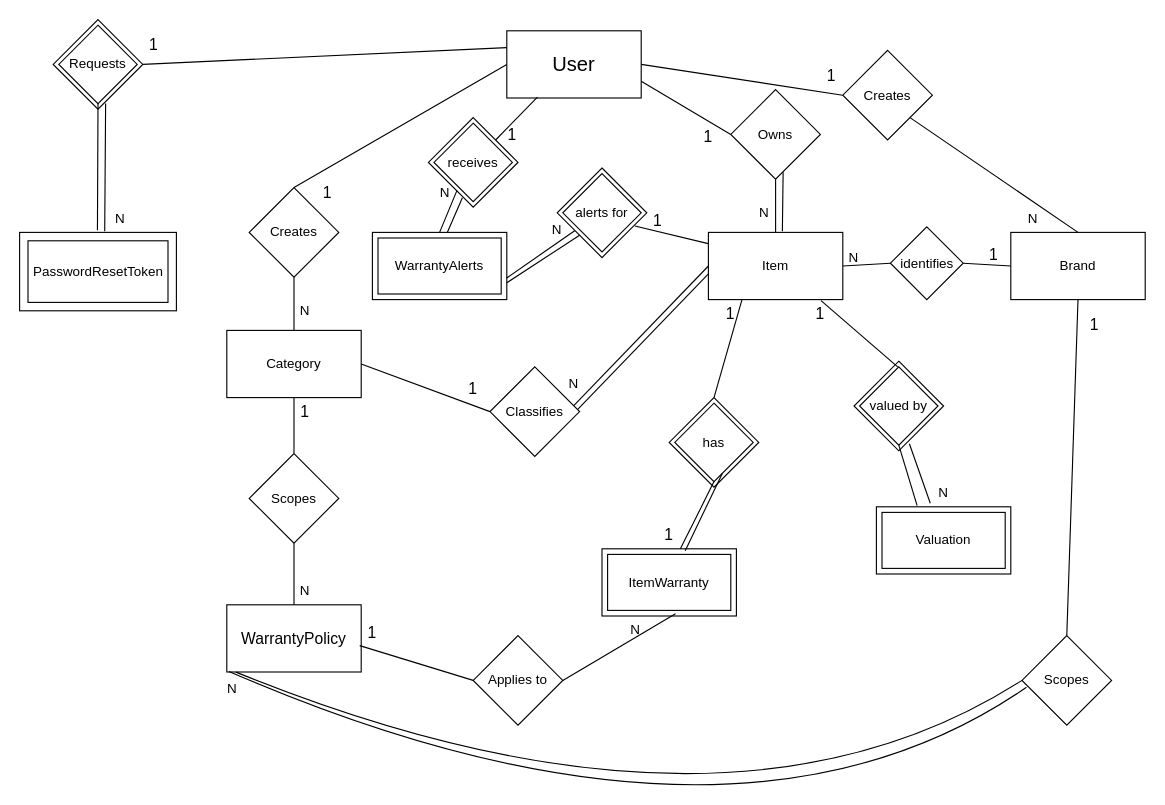
Earlier version of the draw.io diagram DatabaseSchema.drawio (DanMarDev/TAMS). Source tidied: cells renumbered, new cells numbered last; positions are measured from the earlier drawing's top-left corner, leaving out a move shared by most shapes. Both pictures are drawn from the tidied source at 112%, with x=0, y=0 at pixel (19, 19).
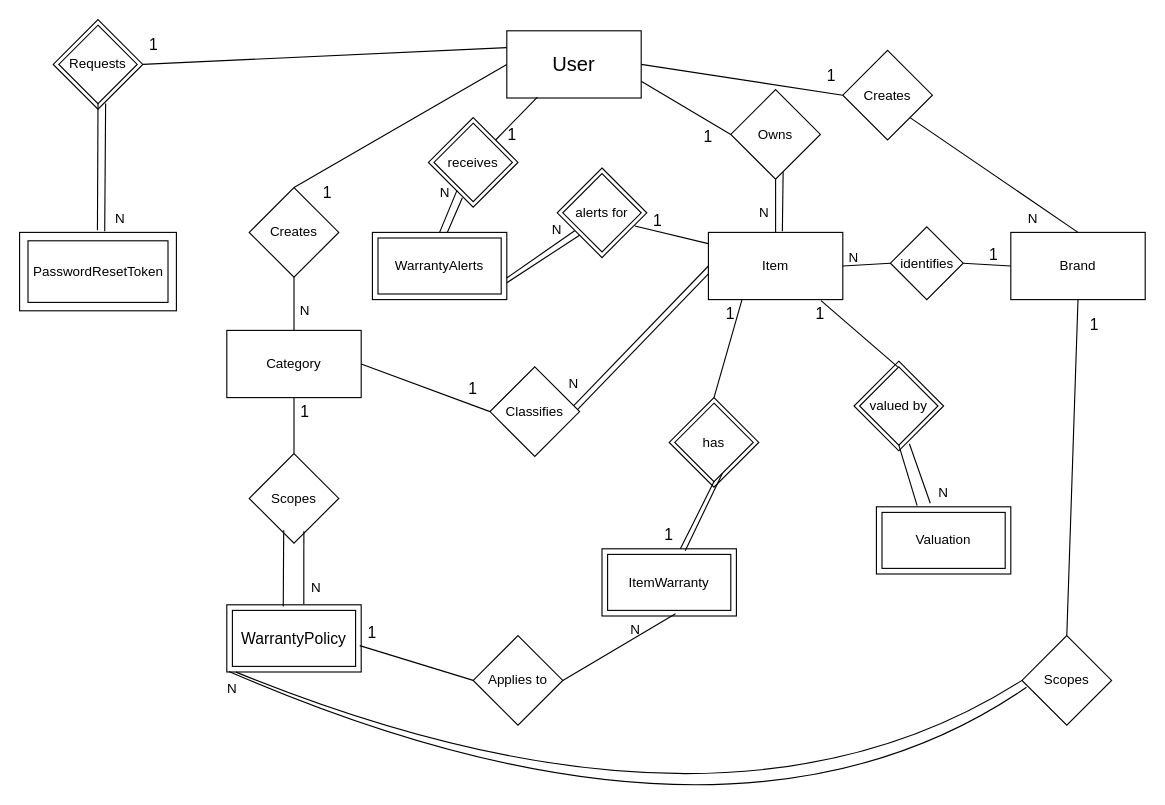
Above is the later version.

Unchanged cells that the change refers to:
```xml
<mxCell id="42" style="rounded=0;whiteSpace=wrap;html=1;convertToSvg=0;autosizeText=0;" parent="1" vertex="1">
  <mxGeometry x="185" y="522.5" width="120" height="60" as="geometry" />
</mxCell>
<mxCell id="44" value="Scopes" style="rhombus;whiteSpace=wrap;html=1;" parent="1" vertex="1">
  <mxGeometry x="205" y="387.5" width="80" height="80" as="geometry" />
</mxCell>
```

The edit, as a diff of the source:
```diff
@@
-    <mxCell id="43" value="&lt;font style=&quot;font-size: 10px;&quot;&gt;&lt;font style=&quot;font-size: 14px;&quot;&gt;WarrantyPolicy&lt;/font&gt;&lt;/font&gt;" style="text;html=1;whiteSpace=wrap;strokeColor=none;fillColor=none;align=center;verticalAlign=middle;rounded=0;convertToSvg=1;autosizeText=1;fontSize=12;" parent="1" vertex="1">
-      <mxGeometry x="200" y="535" width="90" height="35" as="geometry" />
-    </mxCell>
@@
-    <mxCell id="46" style="endArrow=none;html=1;rounded=0;exitX=0.5;exitY=1;exitDx=0;exitDy=0;entryX=0.5;entryY=0;entryDx=0;entryDy=0;" parent="1" edge="1" source="44" target="42">
+    <mxCell id="46" style="endArrow=none;html=1;rounded=0;exitX=0.61;exitY=0.866;exitDx=0;exitDy=0;entryX=0.573;entryY=-0.008;entryDx=0;entryDy=0;exitPerimeter=0;entryPerimeter=0;" parent="1" edge="1" source="44" target="42">
       <mxGeometry relative="1" as="geometry" />
     </mxCell>
@@
     <mxCell id="48" value="N" style="text;html=1;whiteSpace=wrap;strokeColor=none;fillColor=none;align=center;verticalAlign=middle;rounded=0;" parent="1" vertex="1">
-      <mxGeometry x="245" y="497.5" width="20" height="25" as="geometry" />
+      <mxGeometry x="255" y="495" width="20" height="25" as="geometry" />
     </mxCell>
@@
+    <mxCell id="98" style="endArrow=none;html=1;rounded=0;exitX=0.385;exitY=0.856;exitDx=0;exitDy=0;entryX=0.42;entryY=0.025;entryDx=0;entryDy=0;exitPerimeter=0;entryPerimeter=0;" parent="1" edge="1" source="44" target="42">
+      <mxGeometry relative="1" as="geometry" />
+    </mxCell>
+    <mxCell id="99" style="rounded=0;whiteSpace=wrap;html=1;convertToSvg=0;autosizeText=0;" parent="1" vertex="1">
+      <mxGeometry x="190" y="527.5" width="110" height="50" as="geometry" />
+    </mxCell>
+    <mxCell id="43" value="&lt;font style=&quot;font-size: 10px;&quot;&gt;&lt;font style=&quot;font-size: 14px;&quot;&gt;WarrantyPolicy&lt;/font&gt;&lt;/font&gt;" style="text;html=1;whiteSpace=wrap;strokeColor=none;fillColor=none;align=center;verticalAlign=middle;rounded=0;convertToSvg=1;autosizeText=1;fontSize=12;" parent="1" vertex="1">
+      <mxGeometry x="200" y="535" width="90" height="35" as="geometry" />
+    </mxCell>
```
